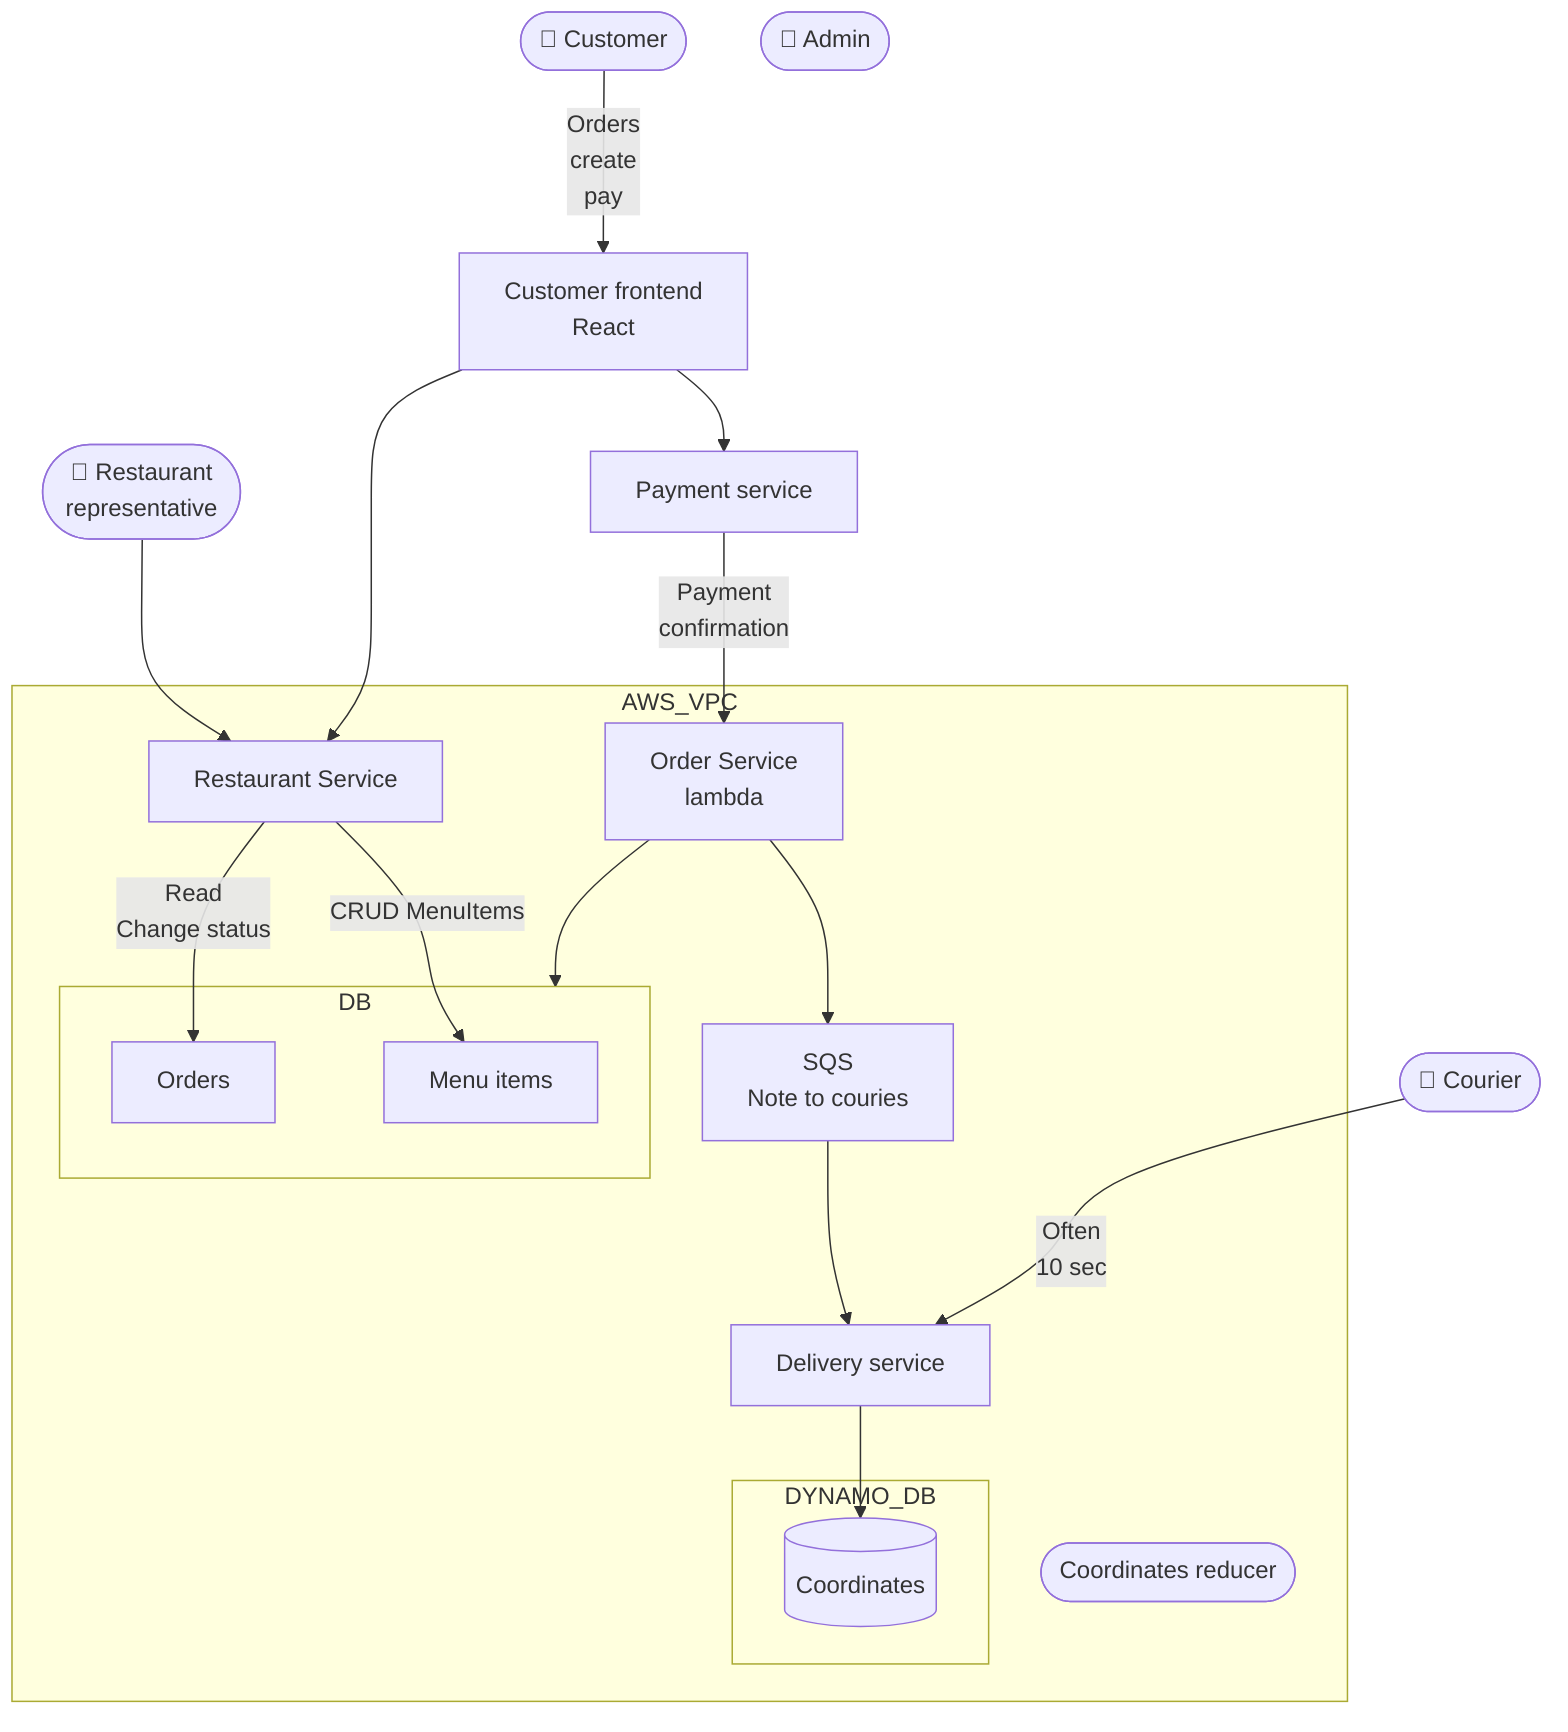
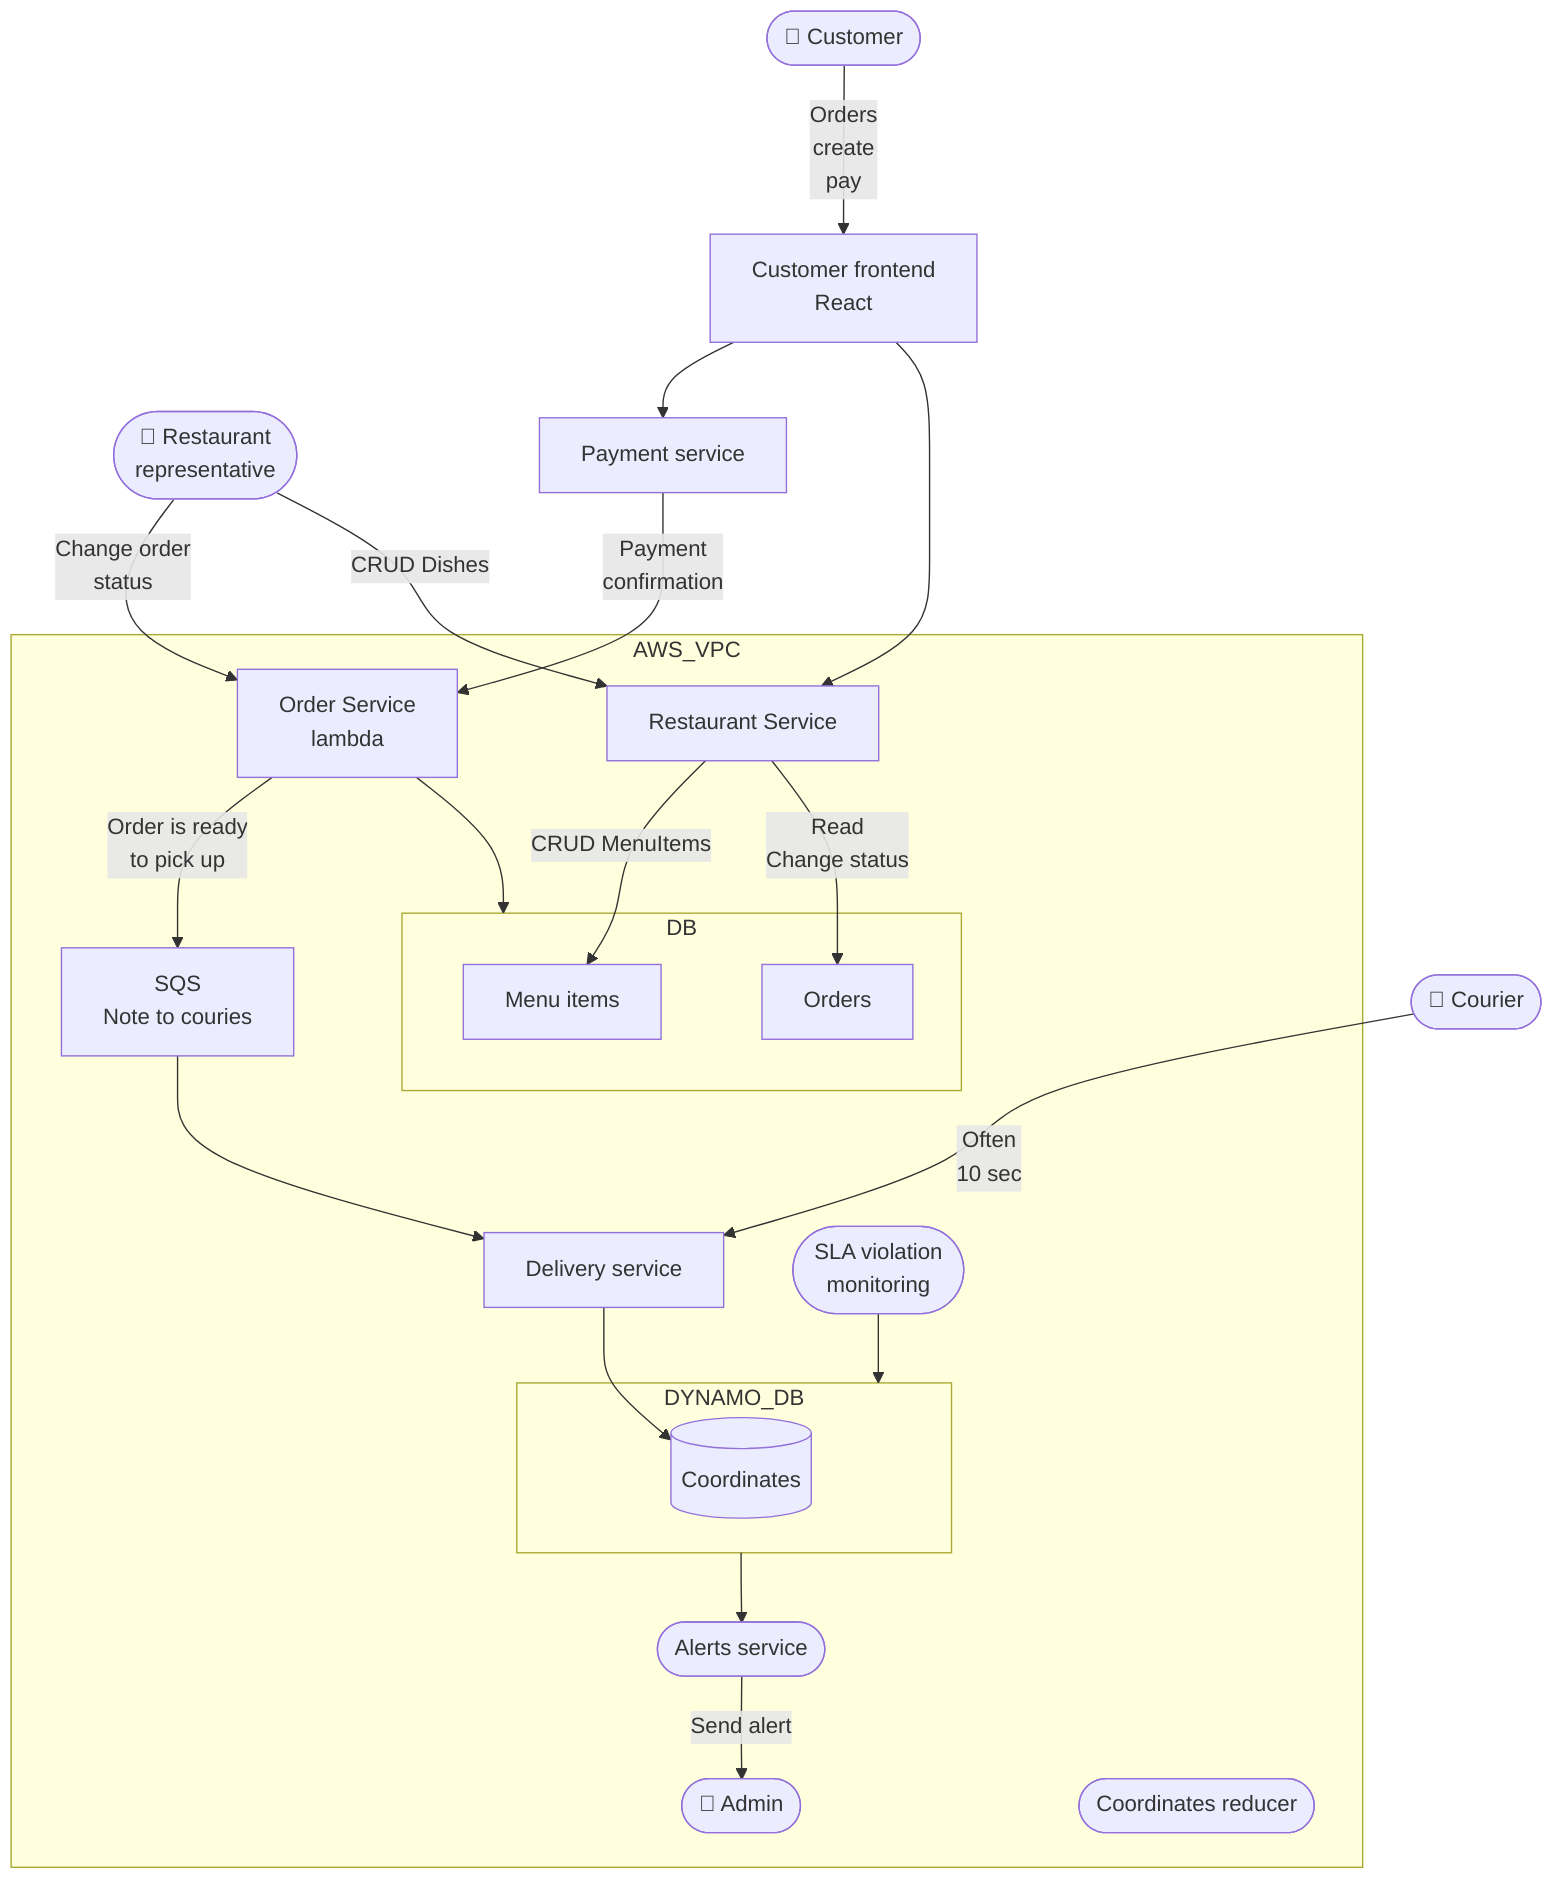
flowchart

DELIVERY[Delivery service] --> COORDINATES
- RESTAURANT_USER([👤 Restaurant\nrepresentative]) --> RESTAURANT[Restaurant Service]
+ RESTAURANT_USER --> |Change order\nstatus|ORDER
+ RESTAURANT_USER([👤 Restaurant\nrepresentative]) --> |CRUD Dishes|RESTAURANT[Restaurant Service]
COURIER([👤 Courier]) --> |Often\n10 sec|DELIVERY[Delivery service]
CUSTOMER([👤 Customer])
ADMIN([👤 Admin])
CUSTOMER_FE[Customer frontend\nReact]
CUSTOMER --> |Orders\ncreate\npay| CUSTOMER_FE
CUSTOMER_FE --> PAYMENT
CUSTOMER_FE --> RESTAURANT
subgraph AWS_VPC
    ORDER[Order Service\nlambda] --> DB
    RESTAURANT --> |CRUD MenuItems| DB_MENU_ITEMS
    RESTAURANT --> |Read\nChange status| DB_ORDERS
-     ORDER --> SQS_TO_COURIERS[SQS\nNote to couries]
+     ORDER --> |Order is ready\nto pick up|SQS_TO_COURIERS[SQS\nNote to couries]
    SQS_TO_COURIERS --> DELIVERY
    subgraph DB
        DB_MENU_ITEMS[Menu items]
        DB_ORDERS[Orders]
    end

    subgraph DYNAMO_DB
        COORDINATES[(Coordinates)]
    end
    COORDINATES_REDUCER([Coordinates reducer])
+     SLA_VIOLATION([SLA violation\nmonitoring])
+     ALERT([Alerts service])
+     SLA_VIOLATION --> DYNAMO_DB --> ALERT
+     ALERT --> |Send alert|ADMIN
end
PAYMENT[Payment service] --> |Payment\nconfirmation|ORDER
